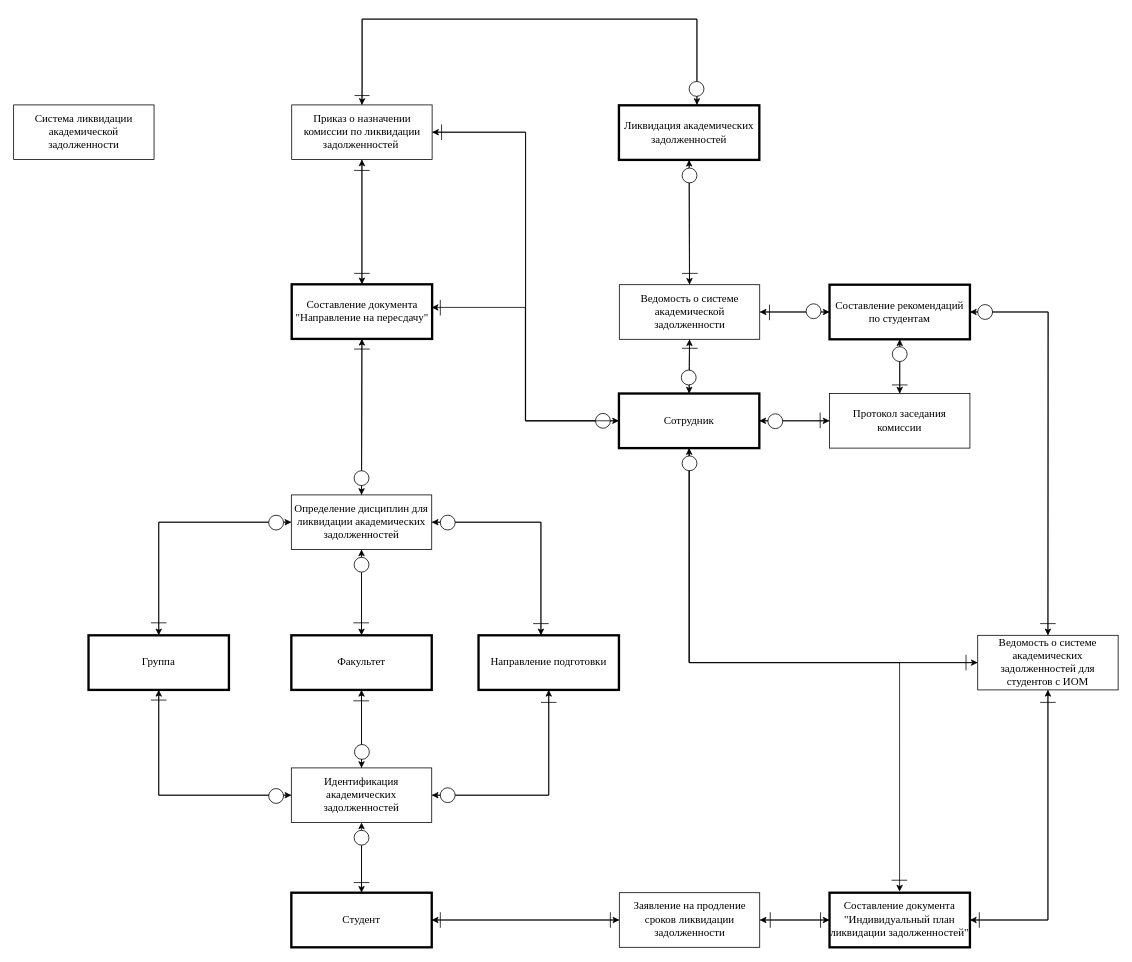
Before: СхемаБД.drawio in DLordxxx/Practice, a draw.io diagram. Source tidied: cells renumbered, new cells numbered last; positions are measured from the earlier drawing's top-left corner, leaving out a move shared by most shapes. Both pictures are drawn from the tidied source at 78%, with x=0, y=0 at pixel (13, 19).
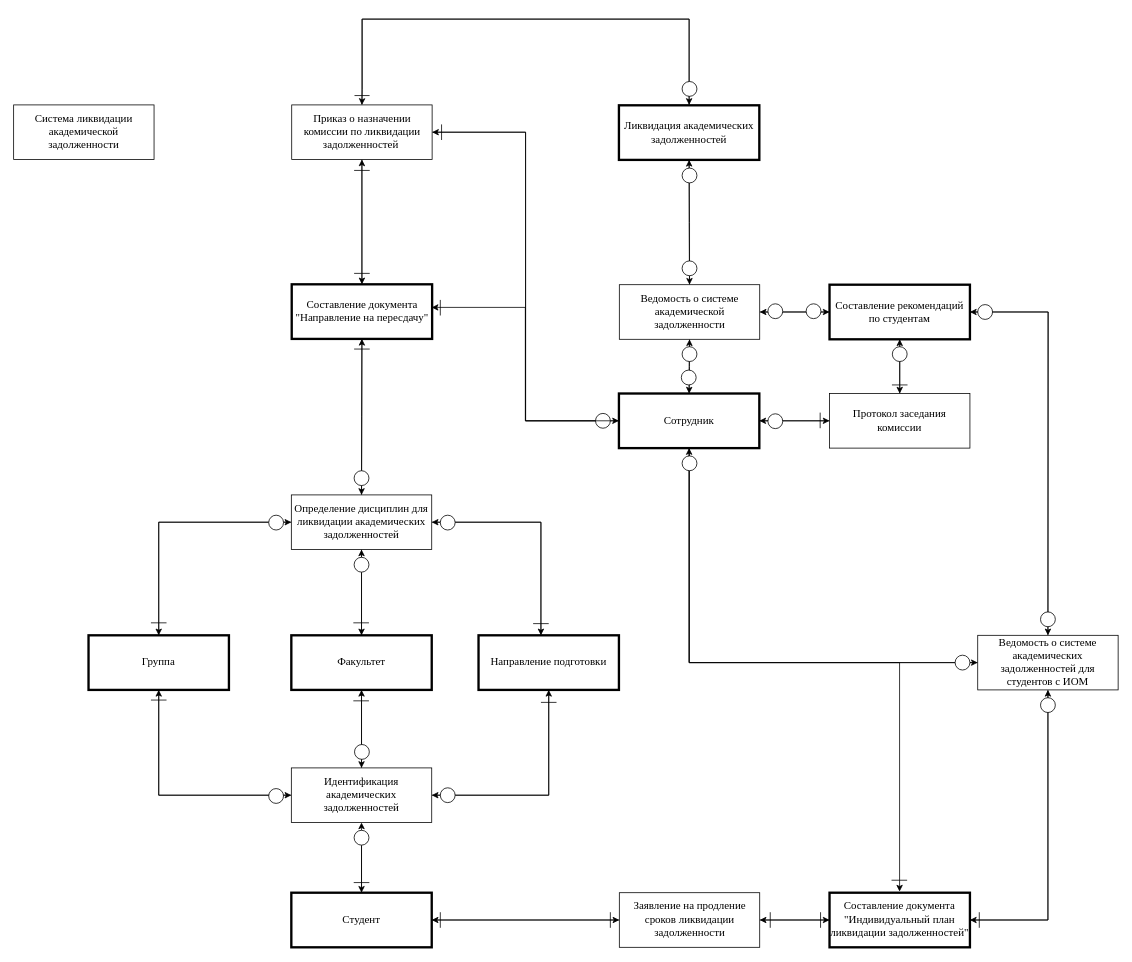
The same diagram, later.

The change refers to these unchanged cells:
```xml
<mxCell id="39" value="Ликвидация академических задолженностей" style="rounded=0;whiteSpace=wrap;html=1;fontFamily=Times New Roman;fontSize=14;strokeWidth=3;" parent="1" vertex="1">
  <mxGeometry x="776" y="110.5" width="180" height="70" as="geometry" />
</mxCell>
<mxCell id="52" value="Приказ о назначении комиссии по ликвидации задолженностей&amp;nbsp;" style="rounded=0;whiteSpace=wrap;html=1;fontFamily=Times New Roman;fontSize=14;" parent="1" vertex="1">
  <mxGeometry x="356.5" y="110" width="180" height="70" as="geometry" />
</mxCell>
```

Change to the diagram source:
```diff
@@
     <mxCell id="37" style="edgeStyle=orthogonalEdgeStyle;rounded=0;jettySize=auto;html=1;entryX=0.5;entryY=0;entryDx=0;entryDy=0;" parent="1" edge="1" source="39" target="52">
       <mxGeometry relative="1" as="geometry">
         <Array as="points">
-          <mxPoint x="876" />
+          <mxPoint x="866" />
           <mxPoint x="447" />
           <mxPoint x="447" y="90" />
-          <mxPoint x="446" y="90" />
+          <mxPoint x="447" y="90" />
         </Array>
       </mxGeometry>
     </mxCell>
@@
     <mxCell id="50" style="edgeStyle=orthogonalEdgeStyle;rounded=0;jettySize=auto;html=1;exitX=0.5;exitY=0;exitDx=0;exitDy=0;" parent="1" edge="1" source="52">
       <mxGeometry relative="1" as="geometry">
-        <mxPoint x="876" y="110" as="targetPoint" />
+        <mxPoint x="866" y="110" as="targetPoint" />
         <Array as="points">
           <mxPoint x="447" />
-          <mxPoint x="876" />
+          <mxPoint x="866" />
         </Array>
       </mxGeometry>
     </mxCell>
@@
     <mxCell id="71" style="ellipse;whiteSpace=wrap;html=1;" parent="1" vertex="1">
-      <mxGeometry x="866" y="80" width="19" height="19" as="geometry" />
+      <mxGeometry x="857" y="80" width="19" height="19" as="geometry" />
     </mxCell>
@@
-    <mxCell id="73" style="endArrow=none;html=1;rounded=0;" parent="1" edge="1">
-      <mxGeometry relative="1" as="geometry">
-        <mxPoint x="857" y="326" as="sourcePoint" />
-        <mxPoint x="877" y="326" as="targetPoint" />
-        <Array as="points">
-          <mxPoint x="867" y="326" />
-        </Array>
-      </mxGeometry>
-    </mxCell>
@@
-    <mxCell id="75" style="endArrow=none;html=1;rounded=0;" parent="1" edge="1">
-      <mxGeometry relative="1" as="geometry">
-        <mxPoint x="857" y="422" as="sourcePoint" />
-        <mxPoint x="877" y="422" as="targetPoint" />
-        <Array as="points">
-          <mxPoint x="867" y="422" />
-        </Array>
-      </mxGeometry>
-    </mxCell>
@@
-    <mxCell id="77" style="endArrow=none;html=1;rounded=0;" parent="1" edge="1">
-      <mxGeometry relative="1" as="geometry">
-        <mxPoint x="969" y="386" as="sourcePoint" />
-        <mxPoint x="969" y="366" as="targetPoint" />
-        <Array as="points">
-          <mxPoint x="969" y="386" />
-        </Array>
-      </mxGeometry>
-    </mxCell>
@@
-    <mxCell id="97" style="endArrow=none;html=1;rounded=0;" parent="1" edge="1">
-      <mxGeometry relative="1" as="geometry">
-        <mxPoint x="1316" y="876" as="sourcePoint" />
-        <mxPoint x="1336" y="876" as="targetPoint" />
-        <Array as="points">
-          <mxPoint x="1326" y="876" />
-        </Array>
-      </mxGeometry>
-    </mxCell>
@@
-    <mxCell id="99" style="endArrow=none;html=1;rounded=0;" parent="1" edge="1">
-      <mxGeometry relative="1" as="geometry">
-        <mxPoint x="1316" y="775" as="sourcePoint" />
-        <mxPoint x="1336" y="775" as="targetPoint" />
-        <Array as="points">
-          <mxPoint x="1326" y="775" />
-        </Array>
-      </mxGeometry>
-    </mxCell>
@@
-    <mxCell id="105" style="endArrow=none;html=1;rounded=0;" parent="1" edge="1">
-      <mxGeometry relative="1" as="geometry">
-        <mxPoint x="1221" y="835" as="sourcePoint" />
-        <mxPoint x="1221" y="815" as="targetPoint" />
-        <Array as="points">
-          <mxPoint x="1221" y="835" />
-        </Array>
-      </mxGeometry>
-    </mxCell>
@@
+    <mxCell id="107" style="ellipse;whiteSpace=wrap;html=1;" parent="1" vertex="1">
+      <mxGeometry x="857" y="310" width="19" height="19" as="geometry" />
+    </mxCell>
+    <mxCell id="108" style="ellipse;whiteSpace=wrap;html=1;" parent="1" vertex="1">
+      <mxGeometry x="967" y="365" width="19" height="19" as="geometry" />
+    </mxCell>
+    <mxCell id="109" style="ellipse;whiteSpace=wrap;html=1;" parent="1" vertex="1">
+      <mxGeometry x="857" y="420" width="19" height="19" as="geometry" />
+    </mxCell>
+    <mxCell id="110" style="ellipse;whiteSpace=wrap;html=1;" parent="1" vertex="1">
+      <mxGeometry x="1316.5" y="760" width="19" height="19" as="geometry" />
+    </mxCell>
+    <mxCell id="111" style="ellipse;whiteSpace=wrap;html=1;" parent="1" vertex="1">
+      <mxGeometry x="1207" y="815.5" width="19" height="19" as="geometry" />
+    </mxCell>
+    <mxCell id="112" style="ellipse;whiteSpace=wrap;html=1;" parent="1" vertex="1">
+      <mxGeometry x="1316.5" y="870" width="19" height="19" as="geometry" />
+    </mxCell>
```
